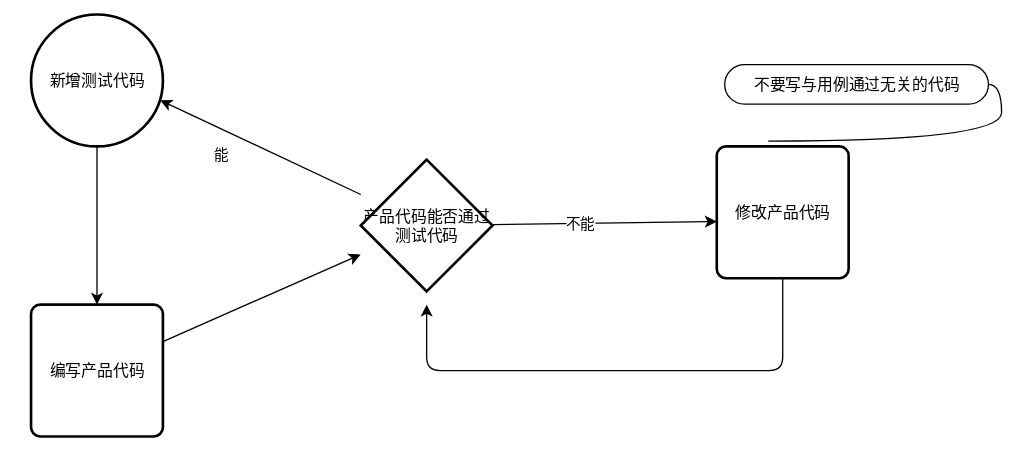
Before: 笔记/前端/工程化/质量/Untitled Diagram.svg, a diagram exported from draw.io (Echo-Yanglulu/obsidianPrivateNote). Source tidied: cells renumbered, new cells last; positions are measured from the earlier drawing's top-left corner, leaving out a move shared by most shapes. Source of this version:
```xml
<mxGraphModel>
  <root>
    <mxCell id="0" />
    <mxCell id="1" parent="0" />
    <mxCell id="2" style="edgeStyle=none;html=1;entryX=0.98;entryY=0.65;entryDx=0;entryDy=0;entryPerimeter=0;" parent="1" edge="1" source="6" target="10">
      <mxGeometry relative="1" as="geometry" />
    </mxCell>
    <mxCell id="3" value="能" style="edgeLabel;html=1;align=center;verticalAlign=middle;" parent="2" vertex="1">
      <mxGeometry x="0.42" y="3" relative="1" as="geometry">
        <mxPoint x="3" y="17" as="offset" />
      </mxGeometry>
    </mxCell>
    <mxCell id="4" style="edgeStyle=none;html=1;entryX=0;entryY=0.57;entryDx=0;entryDy=0;entryPerimeter=0;" parent="1" edge="1" source="6" target="12">
      <mxGeometry relative="1" as="geometry" />
    </mxCell>
    <mxCell id="5" value="不能" style="edgeLabel;html=1;align=center;verticalAlign=middle;" parent="4" vertex="1">
      <mxGeometry x="-0.22" relative="1" as="geometry" />
    </mxCell>
    <mxCell id="6" value="产品代码能否通过测试代码" style="strokeWidth=2;html=1;shape=mxgraph.flowchart.decision;whiteSpace=wrap;" parent="1" vertex="1">
      <mxGeometry x="250" y="110" width="100" height="100" as="geometry" />
    </mxCell>
    <mxCell id="7" style="edgeStyle=none;html=1;" parent="1" edge="1" source="10" target="9">
      <mxGeometry relative="1" as="geometry" />
    </mxCell>
    <mxCell id="8" style="edgeStyle=none;html=1;" parent="1" edge="1" source="9" target="6">
      <mxGeometry relative="1" as="geometry" />
    </mxCell>
    <mxCell id="9" value="编写产品代码" style="rounded=1;whiteSpace=wrap;html=1;absoluteArcSize=1;arcSize=14;strokeWidth=2;" parent="1" vertex="1">
      <mxGeometry y="220" width="100" height="100" as="geometry" />
    </mxCell>
    <mxCell id="10" value="&lt;span&gt;新增测试代码&lt;/span&gt;" style="strokeWidth=2;html=1;shape=mxgraph.flowchart.start_2;whiteSpace=wrap;" parent="1" vertex="1">
      <mxGeometry width="100" height="100" as="geometry" />
    </mxCell>
    <mxCell id="11" style="edgeStyle=orthogonalEdgeStyle;html=1;" parent="1" edge="1" source="12">
      <mxGeometry relative="1" as="geometry">
        <mxPoint x="300" y="220" as="targetPoint" />
        <Array as="points">
          <mxPoint x="570" y="270" />
          <mxPoint x="300" y="270" />
        </Array>
      </mxGeometry>
    </mxCell>
    <mxCell id="12" value="修改产品代码" style="rounded=1;whiteSpace=wrap;html=1;absoluteArcSize=1;arcSize=14;strokeWidth=2;" parent="1" vertex="1">
      <mxGeometry x="520" y="100" width="100" height="100" as="geometry" />
    </mxCell>
    <mxCell id="13" value="不要写与用例通过无关的代码" style="whiteSpace=wrap;html=1;rounded=1;arcSize=50;align=center;verticalAlign=middle;strokeWidth=1;spacing=4;newEdgeStyle={&quot;edgeStyle&quot;:&quot;entityRelationEdgeStyle&quot;,&quot;startArrow&quot;:&quot;none&quot;,&quot;endArrow&quot;:&quot;none&quot;,&quot;segment&quot;:10,&quot;curved&quot;:1};" parent="1" vertex="1">
      <mxGeometry x="526" y="38" width="200" height="30" as="geometry" />
    </mxCell>
    <mxCell id="14" style="edgeStyle=entityRelationEdgeStyle;startArrow=none;endArrow=none;segment=10;curved=1;exitX=0.39;exitY=-0.04;exitDx=0;exitDy=0;exitPerimeter=0;" parent="1" edge="1" source="12" target="13">
      <mxGeometry relative="1" as="geometry" />
    </mxCell>
  </root>
</mxGraphModel>
```
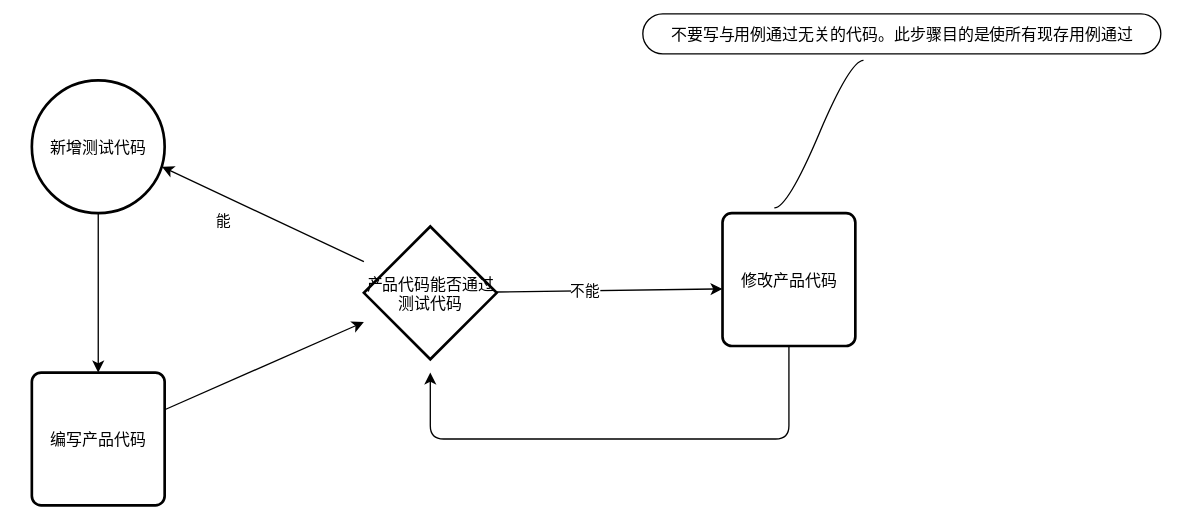
The same file after the commit.

The edit, as a diff of the source:
```diff
@@ -43,10 +43,10 @@
     <mxCell id="12" value="修改产品代码" style="rounded=1;whiteSpace=wrap;html=1;absoluteArcSize=1;arcSize=14;strokeWidth=2;" parent="1" vertex="1">
       <mxGeometry x="520" y="100" width="100" height="100" as="geometry" />
     </mxCell>
-    <mxCell id="13" value="不要写与用例通过无关的代码" style="whiteSpace=wrap;html=1;rounded=1;arcSize=50;align=center;verticalAlign=middle;strokeWidth=1;spacing=4;newEdgeStyle={&quot;edgeStyle&quot;:&quot;entityRelationEdgeStyle&quot;,&quot;startArrow&quot;:&quot;none&quot;,&quot;endArrow&quot;:&quot;none&quot;,&quot;segment&quot;:10,&quot;curved&quot;:1};" parent="1" vertex="1">
-      <mxGeometry x="526" y="38" width="200" height="30" as="geometry" />
+    <mxCell id="13" value="不要写与用例通过无关的代码。此步骤目的是使所有现存用例通过" style="whiteSpace=wrap;html=1;rounded=1;arcSize=50;align=center;verticalAlign=middle;strokeWidth=1;spacing=4;newEdgeStyle={&quot;edgeStyle&quot;:&quot;entityRelationEdgeStyle&quot;,&quot;startArrow&quot;:&quot;none&quot;,&quot;endArrow&quot;:&quot;none&quot;,&quot;segment&quot;:10,&quot;curved&quot;:1};" parent="1" vertex="1">
+      <mxGeometry x="460" y="-50" width="390" height="30" as="geometry" />
     </mxCell>
-    <mxCell id="14" style="edgeStyle=entityRelationEdgeStyle;startArrow=none;endArrow=none;segment=10;curved=1;exitX=0.39;exitY=-0.04;exitDx=0;exitDy=0;exitPerimeter=0;" parent="1" edge="1" source="12" target="13">
+    <mxCell id="14" style="edgeStyle=entityRelationEdgeStyle;startArrow=none;endArrow=none;segment=10;curved=1;exitX=0.39;exitY=-0.04;exitDx=0;exitDy=0;exitPerimeter=0;entryX=0.426;entryY=1.167;entryDx=0;entryDy=0;entryPerimeter=0;" parent="1" edge="1" source="12" target="13">
       <mxGeometry relative="1" as="geometry" />
     </mxCell>
   </root>
```
